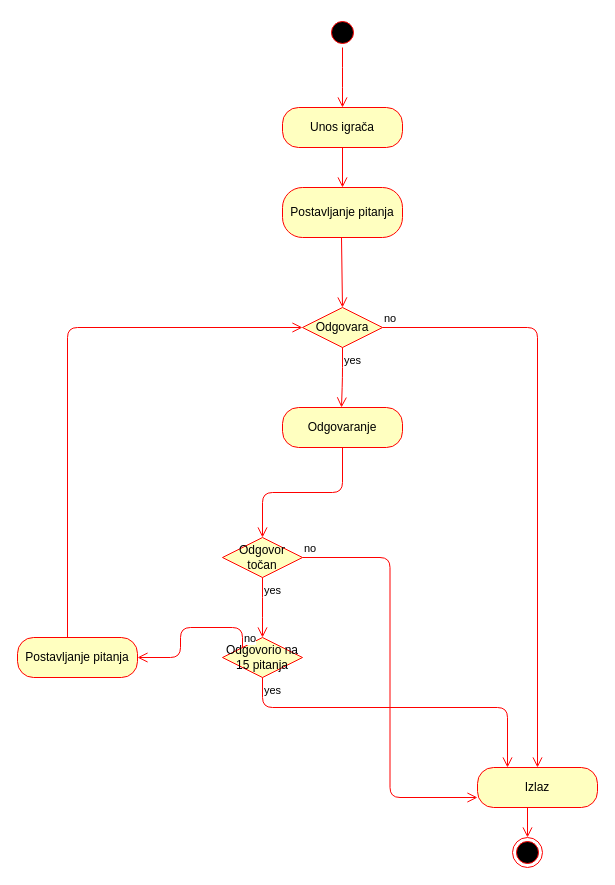
The draw.io diagram page "Page-2" (2 of 3) of Untitled Diagram.drawio in Jasna-12345/Milijunas, before the edit. Source tidied: cells renumbered, new cells numbered last; positions are measured from the earlier drawing's top-left corner, leaving out a move shared by most shapes. Both pictures are drawn from the tidied source at 100%, with x=0, y=0 at pixel (17, 17).
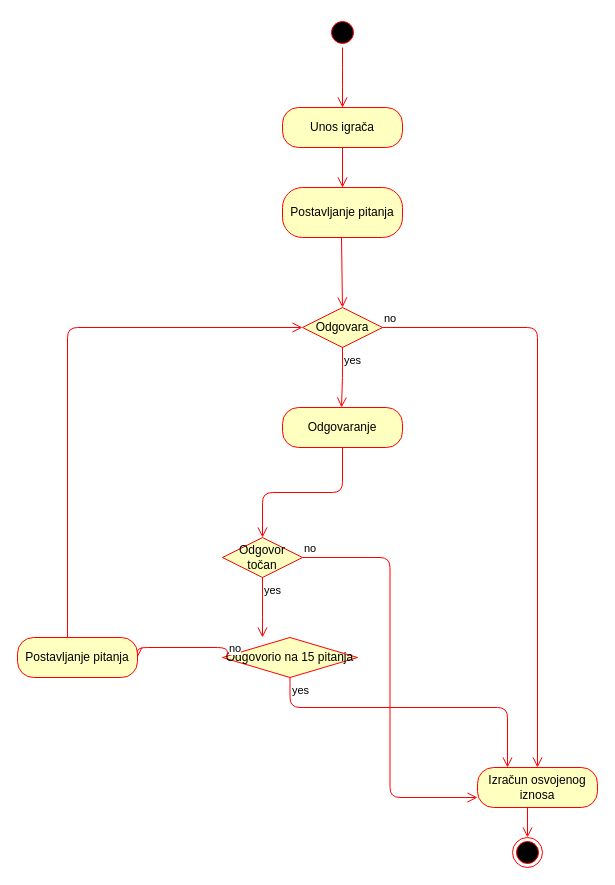
Above is the later version.

Commit message:
Aktivnosti s podaktivnostima

The change refers to these unchanged cells:
```xml
<mxCell id="22" value="Postavljanje pitanja" style="rounded=1;whiteSpace=wrap;html=1;arcSize=40;fontColor=#000000;fillColor=#ffffc0;strokeColor=#ff0000;" parent="1" vertex="1">
  <mxGeometry y="620" width="120" height="40" as="geometry" />
</mxCell>
```

What changed in the source:
```diff
@@
-    <mxCell id="12" value="Izlaz" style="rounded=1;whiteSpace=wrap;html=1;arcSize=40;fontColor=#000000;fillColor=#ffffc0;strokeColor=#ff0000;" parent="1" vertex="1">
+    <mxCell id="12" value="Izračun osvojenog iznosa" style="rounded=1;whiteSpace=wrap;html=1;arcSize=40;fontColor=#000000;fillColor=#ffffc0;strokeColor=#ff0000;" parent="1" vertex="1">
       <mxGeometry x="460" y="750" width="120" height="40" as="geometry" />
     </mxCell>
@@
     <mxCell id="19" value="Odgovorio na 15 pitanja" style="rhombus;whiteSpace=wrap;html=1;fillColor=#ffffc0;strokeColor=#ff0000;rotation=0;" parent="1" vertex="1">
-      <mxGeometry x="205" y="620" width="80" height="40" as="geometry" />
+      <mxGeometry x="205" y="620" width="135" height="40" as="geometry" />
     </mxCell>
-    <mxCell id="20" value="no" style="edgeStyle=orthogonalEdgeStyle;html=1;align=left;verticalAlign=bottom;endArrow=open;endSize=8;strokeColor=#ff0000;entryX=1;entryY=0.5;entryDx=0;entryDy=0;exitX=0;exitY=0;exitDx=0;exitDy=0;" parent="1" edge="1" source="19" target="22">
+    <mxCell id="20" value="no" style="edgeStyle=orthogonalEdgeStyle;html=1;align=left;verticalAlign=bottom;endArrow=open;endSize=8;strokeColor=#ff0000;entryX=1;entryY=0.5;entryDx=0;entryDy=0;" parent="1" edge="1" target="22">
       <mxGeometry x="-1" relative="1" as="geometry">
+        <mxPoint x="210" y="640" as="sourcePoint" />
         <Array as="points">
-          <mxPoint x="225" y="610" />
-          <mxPoint x="163" y="610" />
-          <mxPoint x="163" y="640" />
+          <mxPoint x="210" y="630" />
+          <mxPoint x="120" y="630" />
         </Array>
       </mxGeometry>
     </mxCell>
-    <mxCell id="21" value="yes" style="edgeStyle=orthogonalEdgeStyle;html=1;align=left;verticalAlign=top;endArrow=open;endSize=8;strokeColor=#ff0000;entryX=0.25;entryY=0;entryDx=0;entryDy=0;" parent="1" edge="1" source="19" target="12">
+    <mxCell id="21" value="yes" style="edgeStyle=orthogonalEdgeStyle;html=1;align=left;verticalAlign=top;endArrow=open;endSize=8;strokeColor=#ff0000;entryX=0.25;entryY=0;entryDx=0;entryDy=0;exitX=0.5;exitY=1;exitDx=0;exitDy=0;" parent="1" edge="1" source="19" target="12">
       <mxGeometry x="-1" relative="1" as="geometry">
         <Array as="points">
-          <mxPoint x="245" y="690" />
+          <mxPoint x="273" y="690" />
           <mxPoint x="490" y="690" />
         </Array>
       </mxGeometry>
     </mxCell>
```
